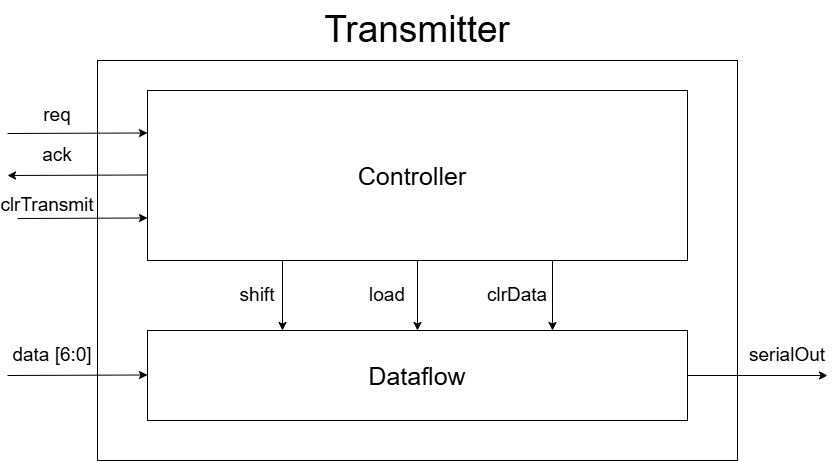
This is README_pictures/Transmitter.png from jason-w-cramer/Basys3UART, a draw.io export, as it was before one commit. Source tidied: cells renumbered, new cells last; positions are measured from the earlier drawing's top-left corner, leaving out a move shared by most shapes. Source of this version:
```xml
<mxGraphModel>
  <root>
    <mxCell id="0" />
    <mxCell id="1" parent="0" />
    <mxCell id="2" style="rounded=0;whiteSpace=wrap;html=1;" parent="1" vertex="1">
      <mxGeometry x="90" y="60" width="640" height="400" as="geometry" />
    </mxCell>
    <mxCell id="3" value="Transmitter" style="text;html=1;whiteSpace=wrap;strokeColor=none;fillColor=none;align=center;verticalAlign=middle;rounded=0;fontSize=37;" parent="1" vertex="1">
      <mxGeometry x="305" width="210" height="60" as="geometry" />
    </mxCell>
    <mxCell id="4" style="rounded=0;whiteSpace=wrap;html=1;fontSize=24;" parent="1" vertex="1">
      <mxGeometry x="140" y="90" width="540" height="170" as="geometry" />
    </mxCell>
    <mxCell id="5" value="Controller" style="text;html=1;whiteSpace=wrap;strokeColor=none;fillColor=none;align=center;verticalAlign=middle;rounded=0;fontSize=25;" parent="1" vertex="1">
      <mxGeometry x="340" y="155" width="130" height="40" as="geometry" />
    </mxCell>
    <mxCell id="6" style="rounded=0;whiteSpace=wrap;html=1;" parent="1" vertex="1">
      <mxGeometry x="140" y="330" width="540" height="90" as="geometry" />
    </mxCell>
    <mxCell id="7" value="Dataflow" style="text;html=1;whiteSpace=wrap;strokeColor=none;fillColor=none;align=center;verticalAlign=middle;rounded=0;fontSize=25;" parent="1" vertex="1">
      <mxGeometry x="350" y="355" width="120" height="40" as="geometry" />
    </mxCell>
    <mxCell id="8" style="endArrow=classic;html=1;rounded=0;entryX=0;entryY=0.25;entryDx=0;entryDy=0;" parent="1" edge="1" target="4">
      <mxGeometry relative="1" as="geometry">
        <mxPoint y="133" as="sourcePoint" />
      </mxGeometry>
    </mxCell>
    <mxCell id="9" value="req" style="text;html=1;whiteSpace=wrap;strokeColor=none;fillColor=none;align=center;verticalAlign=middle;rounded=0;fontSize=19;" parent="1" vertex="1">
      <mxGeometry x="15" y="100" width="70" height="30" as="geometry" />
    </mxCell>
    <mxCell id="10" style="endArrow=classic;html=1;rounded=0;exitX=0;exitY=0.75;exitDx=0;exitDy=0;" parent="1" edge="1">
      <mxGeometry relative="1" as="geometry">
        <mxPoint x="140" y="174.5" as="sourcePoint" />
        <mxPoint y="175" as="targetPoint" />
      </mxGeometry>
    </mxCell>
    <mxCell id="11" value="ack" style="text;html=1;whiteSpace=wrap;strokeColor=none;fillColor=none;align=center;verticalAlign=middle;rounded=0;fontSize=19;" parent="1" vertex="1">
      <mxGeometry x="20" y="140" width="60" height="30" as="geometry" />
    </mxCell>
    <mxCell id="12" style="endArrow=classic;html=1;rounded=0;" parent="1" edge="1">
      <mxGeometry relative="1" as="geometry">
        <mxPoint y="375" as="sourcePoint" />
        <mxPoint x="140" y="374.5" as="targetPoint" />
      </mxGeometry>
    </mxCell>
    <mxCell id="13" value="data [6:0]" style="text;html=1;whiteSpace=wrap;strokeColor=none;fillColor=none;align=center;verticalAlign=middle;rounded=0;fontSize=19;" parent="1" vertex="1">
      <mxGeometry y="340" width="90" height="30" as="geometry" />
    </mxCell>
    <mxCell id="14" style="endArrow=classic;html=1;rounded=0;entryX=0.25;entryY=0;entryDx=0;entryDy=0;exitX=0.25;exitY=1;exitDx=0;exitDy=0;" parent="1" edge="1" source="4" target="6">
      <mxGeometry relative="1" as="geometry" />
    </mxCell>
    <mxCell id="15" style="endArrow=classic;html=1;rounded=0;exitX=0.5;exitY=1;exitDx=0;exitDy=0;" parent="1" edge="1" source="4" target="6">
      <mxGeometry relative="1" as="geometry" />
    </mxCell>
    <mxCell id="16" style="endArrow=classic;html=1;rounded=0;entryX=0.75;entryY=0;entryDx=0;entryDy=0;exitX=0.75;exitY=1;exitDx=0;exitDy=0;" parent="1" edge="1" source="4" target="6">
      <mxGeometry relative="1" as="geometry" />
    </mxCell>
    <mxCell id="17" style="endArrow=classic;html=1;rounded=0;entryX=0;entryY=0.75;entryDx=0;entryDy=0;" parent="1" edge="1" target="4">
      <mxGeometry relative="1" as="geometry">
        <mxPoint x="10" y="218" as="sourcePoint" />
      </mxGeometry>
    </mxCell>
    <mxCell id="18" value="clrTransmit" style="text;html=1;whiteSpace=wrap;strokeColor=none;fillColor=none;align=center;verticalAlign=middle;rounded=0;fontSize=19;" parent="1" vertex="1">
      <mxGeometry x="10" y="190" width="60" height="30" as="geometry" />
    </mxCell>
    <mxCell id="19" style="endArrow=classic;html=1;rounded=0;exitX=1;exitY=0.5;exitDx=0;exitDy=0;" parent="1" edge="1" source="6">
      <mxGeometry relative="1" as="geometry">
        <mxPoint x="820" y="375" as="targetPoint" />
      </mxGeometry>
    </mxCell>
    <mxCell id="20" value="serialOut" style="text;html=1;whiteSpace=wrap;strokeColor=none;fillColor=none;align=center;verticalAlign=middle;rounded=0;fontSize=19;" parent="1" vertex="1">
      <mxGeometry x="750" y="340" width="60" height="30" as="geometry" />
    </mxCell>
    <mxCell id="21" value="shift" style="text;html=1;whiteSpace=wrap;strokeColor=none;fillColor=none;align=center;verticalAlign=middle;rounded=0;fontSize=19;" parent="1" vertex="1">
      <mxGeometry x="220" y="280" width="60" height="30" as="geometry" />
    </mxCell>
    <mxCell id="22" value="clrData" style="text;html=1;whiteSpace=wrap;strokeColor=none;fillColor=none;align=center;verticalAlign=middle;rounded=0;fontSize=19;" parent="1" vertex="1">
      <mxGeometry x="480" y="280" width="60" height="30" as="geometry" />
    </mxCell>
    <mxCell id="23" value="load" style="text;html=1;whiteSpace=wrap;strokeColor=none;fillColor=none;align=center;verticalAlign=middle;rounded=0;fontSize=19;" parent="1" vertex="1">
      <mxGeometry x="350" y="280" width="60" height="30" as="geometry" />
    </mxCell>
  </root>
</mxGraphModel>
```
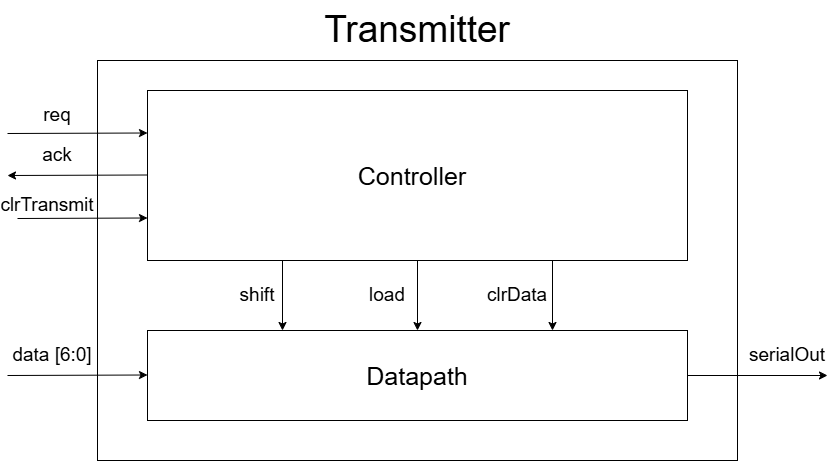
Later version of the same file.

Commit message:
Changed dataflow to datapath in transmitter png

Diff of the diagram source:
```diff
@@ -17,7 +17,7 @@
     <mxCell id="6" style="rounded=0;whiteSpace=wrap;html=1;" parent="1" vertex="1">
       <mxGeometry x="140" y="330" width="540" height="90" as="geometry" />
     </mxCell>
-    <mxCell id="7" value="Dataflow" style="text;html=1;whiteSpace=wrap;strokeColor=none;fillColor=none;align=center;verticalAlign=middle;rounded=0;fontSize=25;" parent="1" vertex="1">
+    <mxCell id="7" value="Datapath" style="text;html=1;whiteSpace=wrap;strokeColor=none;fillColor=none;align=center;verticalAlign=middle;rounded=0;fontSize=25;" parent="1" vertex="1">
       <mxGeometry x="350" y="355" width="120" height="40" as="geometry" />
     </mxCell>
     <mxCell id="8" style="endArrow=classic;html=1;rounded=0;entryX=0;entryY=0.25;entryDx=0;entryDy=0;" parent="1" edge="1" target="4">
```
